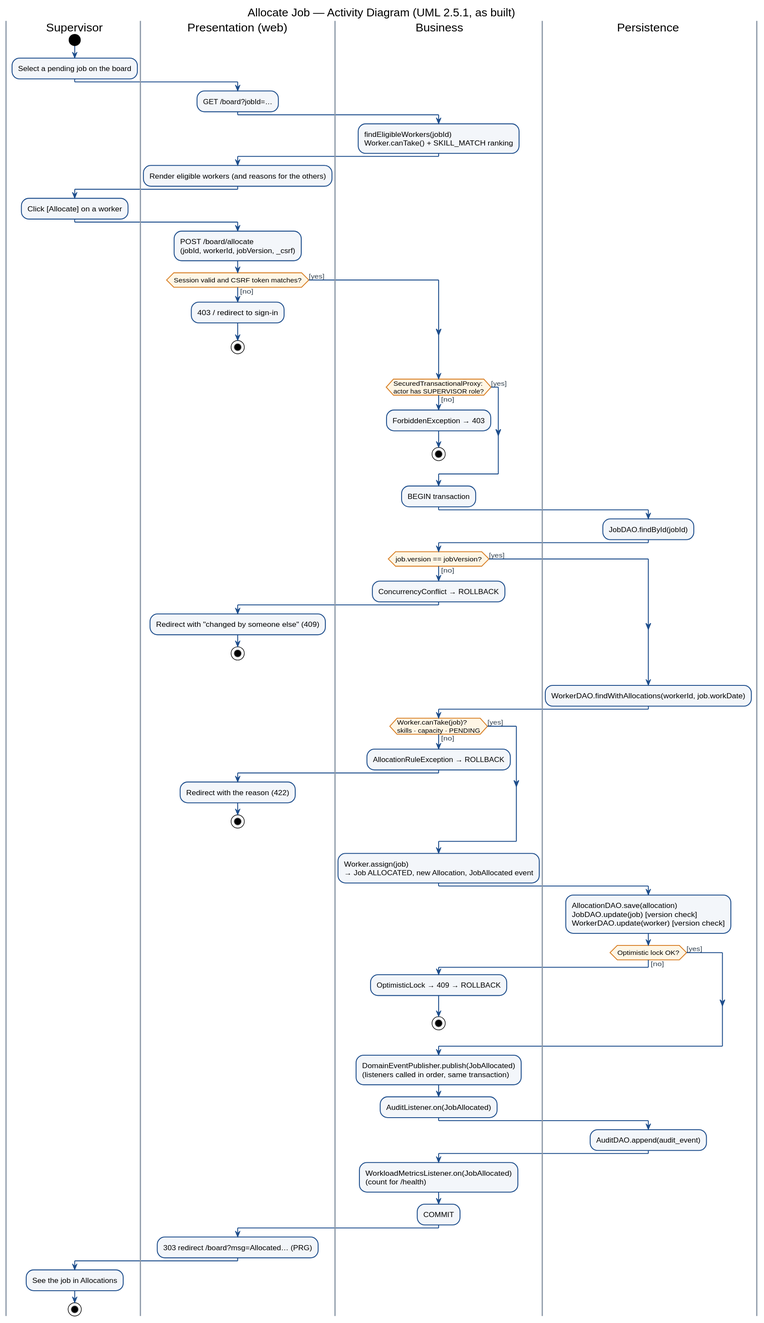
This is diagrams/svg/16-activity-allocate.svg from jaricsng/ooad-3tier-job-allocation, a PlantUML export, as it was before one commit. The source it was exported from:
```plantuml
@startuml
skinparam backgroundColor #FFFFFF
skinparam defaultFontName Helvetica
skinparam shadowing false
skinparam ArrowColor #1E4E8C
skinparam ArrowFontColor #33414E
skinparam classBackgroundColor #F3F6FA
skinparam classBorderColor #1E4E8C
skinparam classHeaderBackgroundColor #E3ECF7
skinparam stereotypeCBackgroundColor #D9822B
skinparam stereotypeIBackgroundColor #6B9BD1
skinparam stereotypeEBackgroundColor #E8B04B
skinparam packageBorderColor #8A97A6
skinparam packageBackgroundColor #FFFFFF
skinparam componentBackgroundColor #F3F6FA
skinparam componentBorderColor #1E4E8C
skinparam interfaceBackgroundColor #FFFFFF
skinparam interfaceBorderColor #1E4E8C
skinparam databaseBackgroundColor #FBEBD9
skinparam databaseBorderColor #B5651D
skinparam nodeBackgroundColor #FFFFFF
skinparam nodeBorderColor #8A97A6
skinparam rectangleBorderColor #1E4E8C
skinparam cloudBackgroundColor #FFFFFF
skinparam cloudBorderColor #8A97A6
skinparam actorBorderColor #1E4E8C
skinparam actorBackgroundColor #E3ECF7
skinparam noteBackgroundColor #FFF6E5
skinparam noteBorderColor #D9822B
skinparam sequenceLifeLineBorderColor #8A97A6
skinparam sequenceParticipantBackgroundColor #F3F6FA
skinparam sequenceParticipantBorderColor #1E4E8C
skinparam sequenceGroupBorderColor #8A97A6
skinparam entityBackgroundColor #F3F6FA
skinparam entityBorderColor #1E4E8C
skinparam boundaryBackgroundColor #F3F6FA
skinparam boundaryBorderColor #1E4E8C
skinparam controlBackgroundColor #F3F6FA
skinparam controlBorderColor #1E4E8C
skinparam ActivityBackgroundColor #F3F6FA
skinparam ActivityBorderColor #1E4E8C
skinparam ActivityDiamondBackgroundColor #FFF6E5
skinparam ActivityDiamondBorderColor #D9822B
skinparam SwimlaneBorderColor #8A97A6
title Allocate Job — Activity Diagram (UML 2.5.1, as built)

|Supervisor|
start
:Select a pending job on the board;
|Presentation (web)|
:GET /board?jobId=…;
|Business|
:findEligibleWorkers(jobId)\nWorker.canTake() + SKILL_MATCH ranking;
|Presentation (web)|
:Render eligible workers (and reasons for the others);
|Supervisor|
:Click [Allocate] on a worker;
|Presentation (web)|
:POST /board/allocate\n(jobId, workerId, jobVersion, _csrf);
if (Session valid and CSRF token matches?) then ([no])
  :403 / redirect to sign-in;
  stop
else ([yes])
endif
|Business|
if (SecuredTransactionalProxy:\nactor has SUPERVISOR role?) then ([no])
  :ForbiddenException → 403;
  stop
else ([yes])
endif
:BEGIN transaction;
|Persistence|
:JobDAO.findById(jobId);
|Business|
if (job.version == jobVersion?) then ([no])
  :ConcurrencyConflict → ROLLBACK;
  |Presentation (web)|
  :Redirect with "changed by someone else" (409);
  stop
else ([yes])
endif
|Persistence|
:WorkerDAO.findWithAllocations(workerId, job.workDate);
|Business|
if (Worker.canTake(job)?\nskills · capacity · PENDING) then ([no])
  :AllocationRuleException → ROLLBACK;
  |Presentation (web)|
  :Redirect with the reason (422);
  stop
else ([yes])
endif
|Business|
:Worker.assign(job)\n→ Job ALLOCATED, new Allocation, JobAllocated event;
|Persistence|
:AllocationDAO.save(allocation)\nJobDAO.update(job)  [version check]\nWorkerDAO.update(worker)  [version check];
if (Optimistic lock OK?) then ([no])
  |Business|
  :OptimisticLock → 409 → ROLLBACK;
  stop
else ([yes])
endif
|Business|
:DomainEventPublisher.publish(JobAllocated)\n(listeners called in order, same transaction);
:AuditListener.on(JobAllocated);
|Persistence|
:AuditDAO.append(audit_event);
|Business|
:WorkloadMetricsListener.on(JobAllocated)\n(count for /health);
:COMMIT;
|Presentation (web)|
:303 redirect /board?msg=Allocated… (PRG);
|Supervisor|
:See the job in Allocations;
stop
@enduml
```
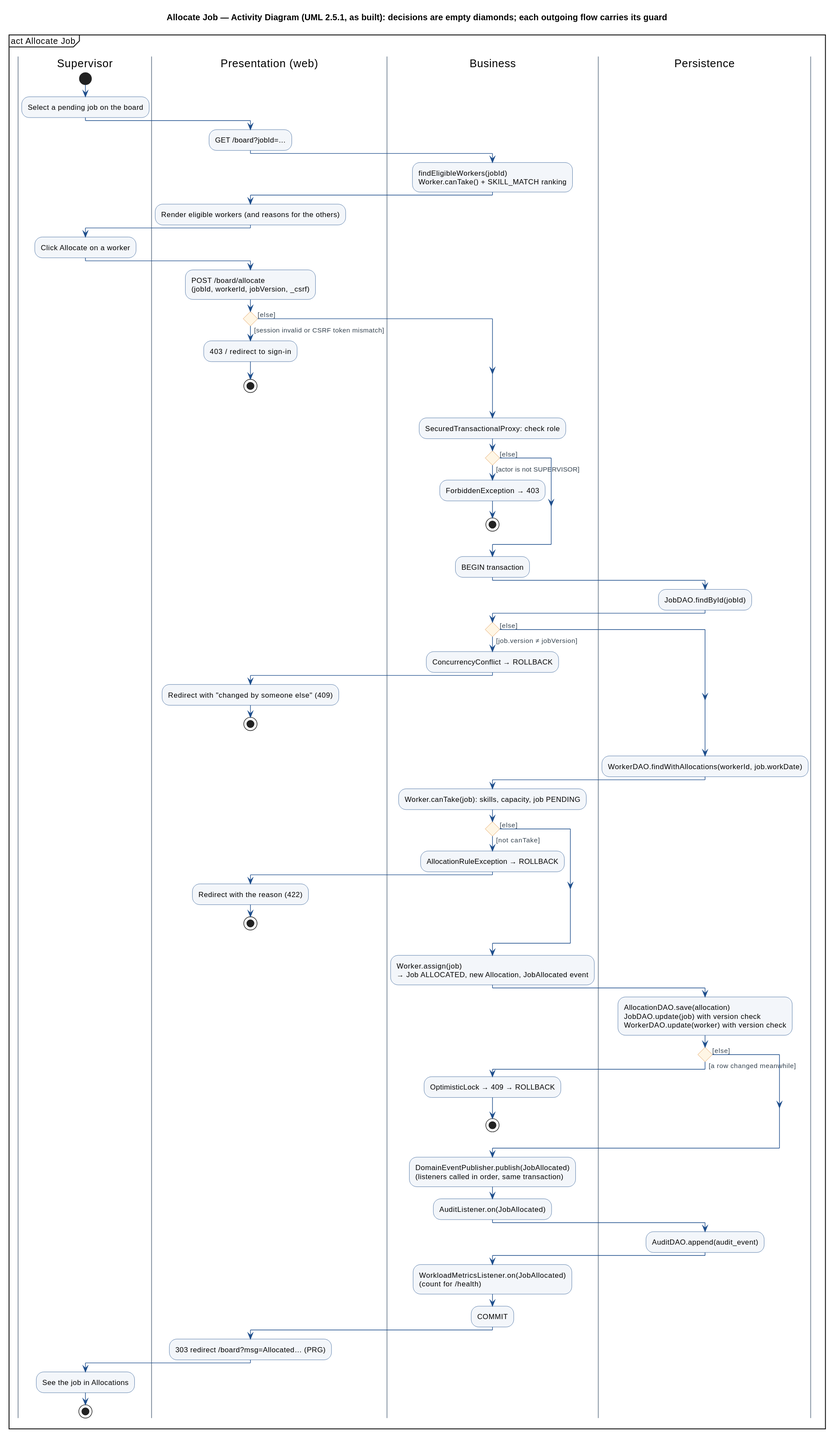
Above is the later version.

The edit, as a diff of the source:
```diff
@@ -1,48 +1,12 @@
 @startuml
-skinparam backgroundColor #FFFFFF
-skinparam defaultFontName Helvetica
-skinparam shadowing false
-skinparam ArrowColor #1E4E8C
-skinparam ArrowFontColor #33414E
-skinparam classBackgroundColor #F3F6FA
-skinparam classBorderColor #1E4E8C
-skinparam classHeaderBackgroundColor #E3ECF7
-skinparam stereotypeCBackgroundColor #D9822B
-skinparam stereotypeIBackgroundColor #6B9BD1
-skinparam stereotypeEBackgroundColor #E8B04B
-skinparam packageBorderColor #8A97A6
-skinparam packageBackgroundColor #FFFFFF
-skinparam componentBackgroundColor #F3F6FA
-skinparam componentBorderColor #1E4E8C
-skinparam interfaceBackgroundColor #FFFFFF
-skinparam interfaceBorderColor #1E4E8C
-skinparam databaseBackgroundColor #FBEBD9
-skinparam databaseBorderColor #B5651D
-skinparam nodeBackgroundColor #FFFFFF
-skinparam nodeBorderColor #8A97A6
-skinparam rectangleBorderColor #1E4E8C
-skinparam cloudBackgroundColor #FFFFFF
-skinparam cloudBorderColor #8A97A6
-skinparam actorBorderColor #1E4E8C
-skinparam actorBackgroundColor #E3ECF7
-skinparam noteBackgroundColor #FFF6E5
-skinparam noteBorderColor #D9822B
-skinparam sequenceLifeLineBorderColor #8A97A6
-skinparam sequenceParticipantBackgroundColor #F3F6FA
-skinparam sequenceParticipantBorderColor #1E4E8C
-skinparam sequenceGroupBorderColor #8A97A6
-skinparam entityBackgroundColor #F3F6FA
-skinparam entityBorderColor #1E4E8C
-skinparam boundaryBackgroundColor #F3F6FA
-skinparam boundaryBorderColor #1E4E8C
-skinparam controlBackgroundColor #F3F6FA
-skinparam controlBorderColor #1E4E8C
+!include style.iuml
 skinparam ActivityBackgroundColor #F3F6FA
 skinparam ActivityBorderColor #1E4E8C
 skinparam ActivityDiamondBackgroundColor #FFF6E5
 skinparam ActivityDiamondBorderColor #D9822B
 skinparam SwimlaneBorderColor #8A97A6
-title Allocate Job — Activity Diagram (UML 2.5.1, as built)
+mainframe act Allocate Job
+title Allocate Job — Activity Diagram (UML 2.5.1, as built): decisions are empty diamonds; each outgoing flow carries its guard
 
 |Supervisor|
 start
@@ -54,50 +18,52 @@
 |Presentation (web)|
 :Render eligible workers (and reasons for the others);
 |Supervisor|
-:Click [Allocate] on a worker;
+:Click Allocate on a worker;
 |Presentation (web)|
 :POST /board/allocate\n(jobId, workerId, jobVersion, _csrf);
-if (Session valid and CSRF token matches?) then ([no])
+if () then ([session invalid or CSRF token mismatch])
   :403 / redirect to sign-in;
   stop
-else ([yes])
+else ([else])
 endif
 |Business|
-if (SecuredTransactionalProxy:\nactor has SUPERVISOR role?) then ([no])
+:SecuredTransactionalProxy: check role;
+if () then ([actor is not SUPERVISOR])
   :ForbiddenException → 403;
   stop
-else ([yes])
+else ([else])
 endif
 :BEGIN transaction;
 |Persistence|
 :JobDAO.findById(jobId);
 |Business|
-if (job.version == jobVersion?) then ([no])
+if () then ([job.version ≠ jobVersion])
   :ConcurrencyConflict → ROLLBACK;
   |Presentation (web)|
   :Redirect with "changed by someone else" (409);
   stop
-else ([yes])
+else ([else])
 endif
 |Persistence|
 :WorkerDAO.findWithAllocations(workerId, job.workDate);
 |Business|
-if (Worker.canTake(job)?\nskills · capacity · PENDING) then ([no])
+:Worker.canTake(job): skills, capacity, job PENDING;
+if () then ([not canTake])
   :AllocationRuleException → ROLLBACK;
   |Presentation (web)|
   :Redirect with the reason (422);
   stop
-else ([yes])
+else ([else])
 endif
 |Business|
 :Worker.assign(job)\n→ Job ALLOCATED, new Allocation, JobAllocated event;
 |Persistence|
-:AllocationDAO.save(allocation)\nJobDAO.update(job)  [version check]\nWorkerDAO.update(worker)  [version check];
-if (Optimistic lock OK?) then ([no])
+:AllocationDAO.save(allocation)\nJobDAO.update(job) with version check\nWorkerDAO.update(worker) with version check;
+if () then ([a row changed meanwhile])
   |Business|
   :OptimisticLock → 409 → ROLLBACK;
   stop
-else ([yes])
+else ([else])
 endif
 |Business|
 :DomainEventPublisher.publish(JobAllocated)\n(listeners called in order, same transaction);
```
